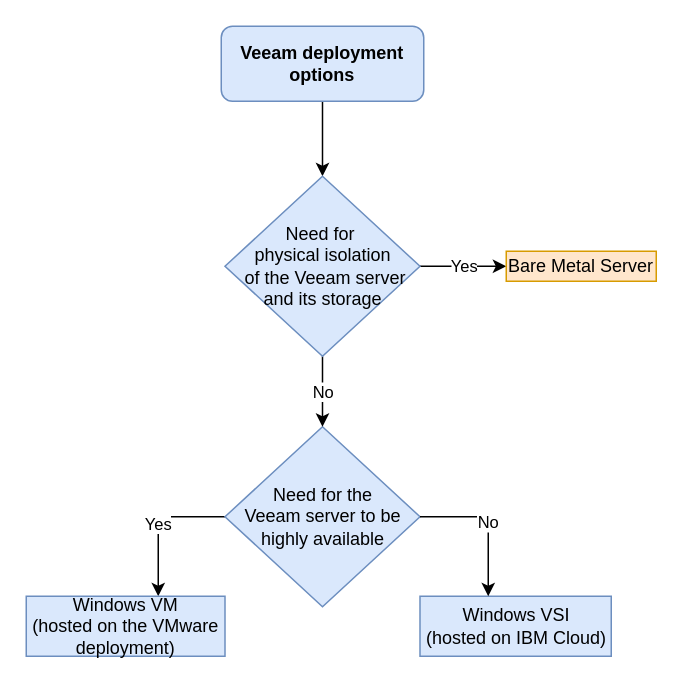
Earlier version of the draw.io diagram page "veeam_deployment" (4 of 5) of image/decision_tree.drawio (ibm-cloud-docs/vmware-cross-region-dr). Source tidied: cells renumbered, new cells numbered last; positions are measured from the earlier drawing's top-left corner, leaving out a move shared by most shapes. Both pictures are drawn from the tidied source at 150%, with x=0, y=0 at pixel (26, 26).
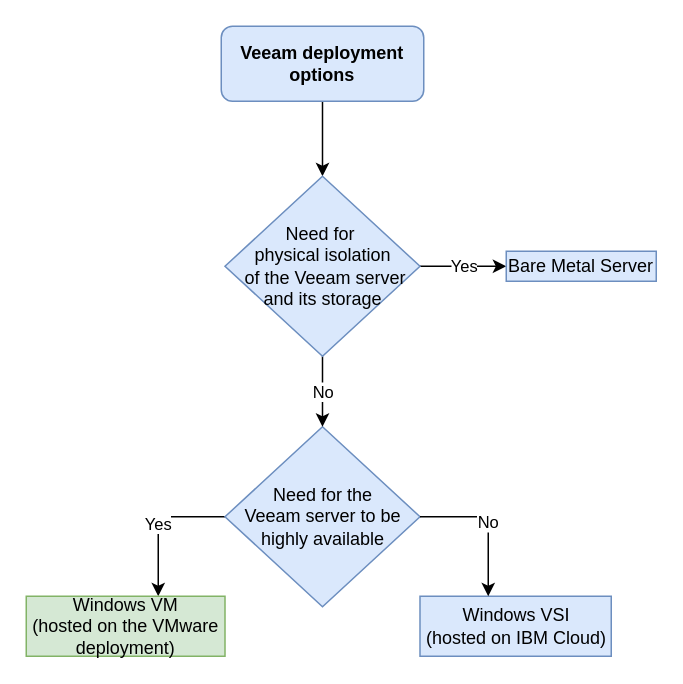
The same page after the edit.

Diff of the diagram source:
```diff
@@
-    <mxCell id="8" value="Bare Metal Server" style="rounded=0;whiteSpace=wrap;html=1;fillColor=#ffe6cc;strokeColor=#d79b00;" parent="1" vertex="1">
+    <mxCell id="8" value="Bare Metal Server" style="rounded=0;whiteSpace=wrap;html=1;fillColor=#dae8fc;strokeColor=#6c8ebf;" parent="1" vertex="1">
       <mxGeometry x="320" y="150" width="100" height="20" as="geometry" />
     </mxCell>
@@
-    <mxCell id="10" value="Windows VM &lt;br&gt;(hosted on the VMware deployment)" style="rounded=0;whiteSpace=wrap;html=1;fillColor=#dae8fc;strokeColor=#6c8ebf;" parent="1" vertex="1">
+    <mxCell id="10" value="Windows VM &lt;br&gt;(hosted on the VMware deployment)" style="rounded=0;whiteSpace=wrap;html=1;fillColor=#d5e8d4;strokeColor=#82b366;" parent="1" vertex="1">
       <mxGeometry y="380" width="132.5" height="40" as="geometry" />
     </mxCell>
```
